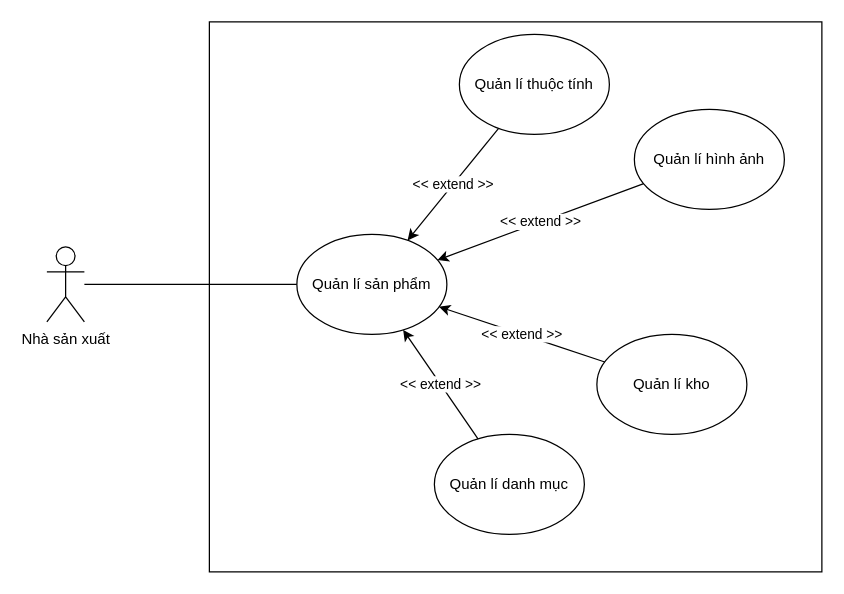
ocopee/docs keeps this draw.io diagram as page "sellers" (4 of 8) of images/usecase.drawio. Above is the earlier version. Source tidied: cells renumbered, new cells numbered last; positions are measured from the earlier drawing's top-left corner, leaving out a move shared by most shapes. Both pictures are drawn from the tidied source at 125%, with x=0, y=0 at pixel (46, 21).
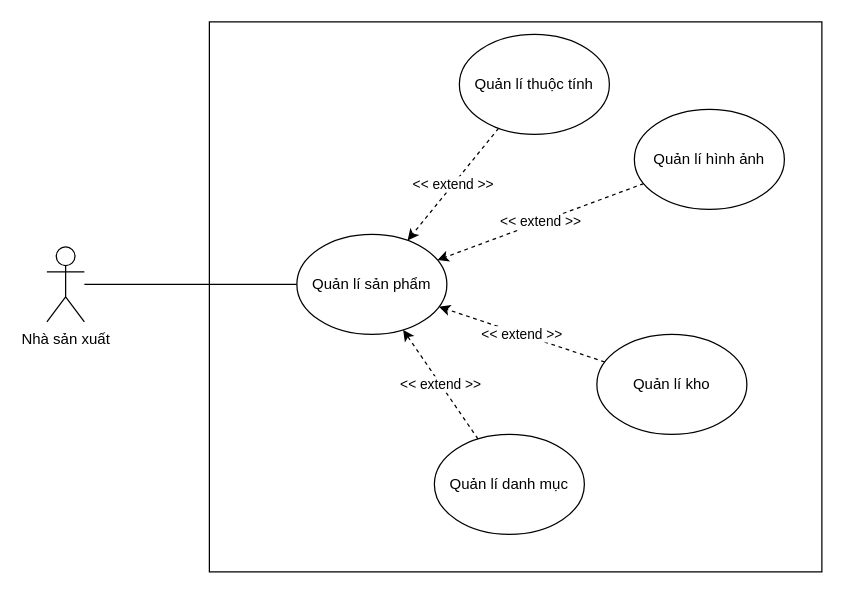
Above is the later version.

What changed in the source:
```diff
@@
 <mxGraphModel>
   <root>
     <mxCell id="0" />
     <mxCell id="1" parent="0" />
     <mxCell id="2" style="html=1;" parent="1" vertex="1">
       <mxGeometry x="130" width="490" height="440" as="geometry" />
     </mxCell>
     <mxCell id="3" style="rounded=0;jettySize=auto;html=1;entryX=0;entryY=0.5;entryDx=0;entryDy=0;endArrow=none;endFill=0;" parent="1" edge="1" source="4" target="5">
       <mxGeometry relative="1" as="geometry" />
     </mxCell>
     <mxCell id="4" value="Nhà sản xuất" style="shape=umlActor;verticalLabelPosition=bottom;verticalAlign=top;html=1;outlineConnect=0;" parent="1" vertex="1">
       <mxGeometry y="180" width="30" height="60" as="geometry" />
     </mxCell>
     <mxCell id="5" value="Quản lí sản phẩm" style="ellipse;whiteSpace=wrap;html=1;" parent="1" vertex="1">
       <mxGeometry x="200" y="170" width="120" height="80" as="geometry" />
     </mxCell>
     <mxCell id="6" value="Quản lí danh mục" style="ellipse;whiteSpace=wrap;html=1;" parent="1" vertex="1">
       <mxGeometry x="310" y="330" width="120" height="80" as="geometry" />
     </mxCell>
     <mxCell id="7" value="Quản lí thuộc tính" style="ellipse;whiteSpace=wrap;html=1;" parent="1" vertex="1">
       <mxGeometry x="330" y="10" width="120" height="80" as="geometry" />
     </mxCell>
     <mxCell id="8" value="Quản lí kho" style="ellipse;whiteSpace=wrap;html=1;" parent="1" vertex="1">
       <mxGeometry x="440" y="250" width="120" height="80" as="geometry" />
     </mxCell>
-    <mxCell id="9" value="&amp;lt;&amp;lt; extend &amp;gt;&amp;gt;" style="endArrow=classic;html=1;rounded=0;" parent="1" edge="1" source="7" target="5">
+    <mxCell id="9" value="&amp;lt;&amp;lt; extend &amp;gt;&amp;gt;" style="endArrow=classic;html=1;rounded=0;dashed=1;" parent="1" edge="1" source="7" target="5">
       <mxGeometry relative="1" as="geometry" />
     </mxCell>
     <mxCell id="10" value="Quản lí hình ảnh" style="ellipse;whiteSpace=wrap;html=1;" parent="1" vertex="1">
       <mxGeometry x="470" y="70" width="120" height="80" as="geometry" />
     </mxCell>
-    <mxCell id="11" value="&amp;lt;&amp;lt; extend &amp;gt;&amp;gt;" style="endArrow=classic;html=1;rounded=0;" parent="1" edge="1" source="10" target="5">
+    <mxCell id="11" value="&amp;lt;&amp;lt; extend &amp;gt;&amp;gt;" style="endArrow=classic;html=1;rounded=0;dashed=1;" parent="1" edge="1" source="10" target="5">
       <mxGeometry relative="1" as="geometry" />
     </mxCell>
-    <mxCell id="12" value="&amp;lt;&amp;lt; extend &amp;gt;&amp;gt;" style="endArrow=classic;html=1;rounded=0;" parent="1" edge="1" source="8" target="5">
+    <mxCell id="12" value="&amp;lt;&amp;lt; extend &amp;gt;&amp;gt;" style="endArrow=classic;html=1;rounded=0;dashed=1;" parent="1" edge="1" source="8" target="5">
       <mxGeometry relative="1" as="geometry" />
     </mxCell>
-    <mxCell id="13" value="&amp;lt;&amp;lt; extend &amp;gt;&amp;gt;" style="endArrow=classic;html=1;rounded=0;" parent="1" edge="1" source="6" target="5">
+    <mxCell id="13" value="&amp;lt;&amp;lt; extend &amp;gt;&amp;gt;" style="endArrow=classic;html=1;rounded=0;dashed=1;" parent="1" edge="1" source="6" target="5">
       <mxGeometry relative="1" as="geometry" />
     </mxCell>
   </root>
 </mxGraphModel>
```
